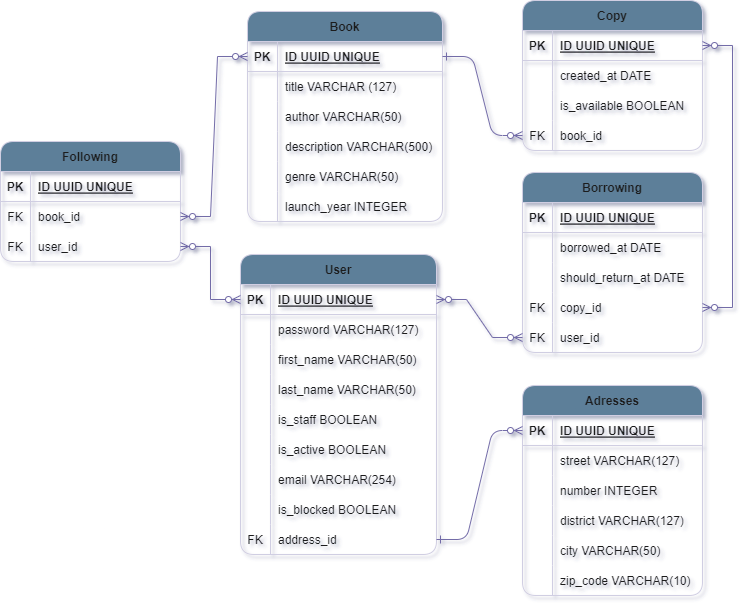
Before: DER_last_chapter.png, a diagram exported from draw.io (Last-Chapter/LastChapter). Source tidied: cells renumbered, new cells last; positions are measured from the earlier drawing's top-left corner, leaving out a move shared by most shapes.
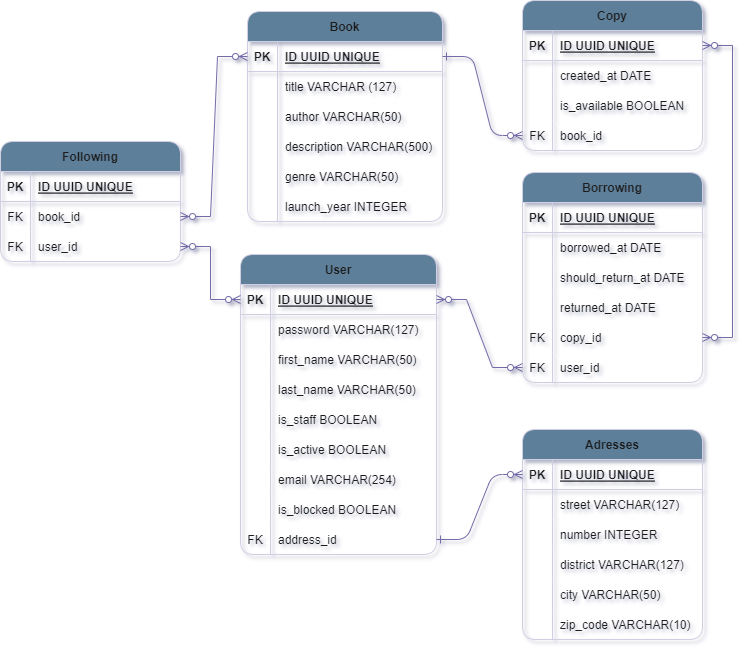
The same diagram one commit later.

The edit, as a diff of the source:
```diff
@@ -99,7 +99,7 @@
       <mxGeometry x="30" width="150" height="30" as="geometry" />
     </mxCell>
     <mxCell id="34" value="Borrowing" style="shape=table;startSize=30;rowLines=0;fontStyle=1;align=center;labelBackgroundColor=none;fillColor=#5D7F99;strokeColor=#D0CEE2;fontColor=#1A1A1A;rounded=1;" parent="1" vertex="1">
-      <mxGeometry x="522" y="172" width="180" height="180" as="geometry" />
+      <mxGeometry x="522" y="172" width="180" height="210" as="geometry" />
     </mxCell>
     <mxCell id="35" style="shape=tableRow;horizontal=0;startSize=0;swimlaneHead=0;swimlaneBody=0;fillColor=none;top=0;left=0;right=0;bottom=1;labelBackgroundColor=none;strokeColor=#D0CEE2;fontColor=#1A1A1A;rounded=1;" parent="34" vertex="1">
       <mxGeometry y="30" width="180" height="30" as="geometry" />
@@ -128,8 +128,17 @@
     <mxCell id="43" value="should_return_at DATE" style="shape=partialRectangle;fillColor=none;top=0;left=0;bottom=0;right=0;align=left;spacingLeft=6;overflow=hidden;labelBackgroundColor=none;strokeColor=#D0CEE2;fontColor=#1A1A1A;rounded=1;" parent="41" vertex="1">
       <mxGeometry x="30" width="150" height="30" as="geometry" />
     </mxCell>
+    <mxCell id="113" style="shape=tableRow;horizontal=0;startSize=0;swimlaneHead=0;swimlaneBody=0;fillColor=none;top=0;left=0;right=0;bottom=0;labelBackgroundColor=none;strokeColor=#D0CEE2;fontColor=#1A1A1A;rounded=1;" parent="34" vertex="1">
+      <mxGeometry y="120" width="180" height="30" as="geometry" />
+    </mxCell>
+    <mxCell id="114" style="shape=partialRectangle;fillColor=none;top=0;left=0;bottom=0;right=0;overflow=hidden;labelBackgroundColor=none;strokeColor=#D0CEE2;fontColor=#1A1A1A;rounded=1;" parent="113" vertex="1">
+      <mxGeometry width="30" height="30" as="geometry" />
+    </mxCell>
+    <mxCell id="115" value="returned_at DATE" style="shape=partialRectangle;fillColor=none;top=0;left=0;bottom=0;right=0;align=left;spacingLeft=6;overflow=hidden;labelBackgroundColor=none;strokeColor=#D0CEE2;fontColor=#1A1A1A;rounded=1;" parent="113" vertex="1">
+      <mxGeometry x="30" width="150" height="30" as="geometry" />
+    </mxCell>
     <mxCell id="44" style="shape=tableRow;horizontal=0;startSize=0;swimlaneHead=0;swimlaneBody=0;fillColor=none;points=[[0,0.5],[1,0.5]];portConstraint=eastwest;top=0;left=0;right=0;bottom=0;labelBackgroundColor=none;strokeColor=#D0CEE2;fontColor=#1A1A1A;rounded=1;" parent="34" vertex="1">
-      <mxGeometry y="120" width="180" height="30" as="geometry" />
+      <mxGeometry y="150" width="180" height="30" as="geometry" />
     </mxCell>
     <mxCell id="45" value="FK" style="shape=partialRectangle;fillColor=none;top=0;left=0;bottom=0;right=0;overflow=hidden;labelBackgroundColor=none;strokeColor=#D0CEE2;fontColor=#1A1A1A;rounded=1;" parent="44" vertex="1">
       <mxGeometry width="30" height="30" as="geometry" />
@@ -138,7 +147,7 @@
       <mxGeometry x="30" width="150" height="30" as="geometry" />
     </mxCell>
     <mxCell id="47" style="shape=tableRow;horizontal=0;startSize=0;swimlaneHead=0;swimlaneBody=0;fillColor=none;points=[[0,0.5],[1,0.5]];portConstraint=eastwest;top=0;left=0;right=0;bottom=0;labelBackgroundColor=none;strokeColor=#D0CEE2;fontColor=#1A1A1A;rounded=1;" parent="34" vertex="1">
-      <mxGeometry y="150" width="180" height="30" as="geometry" />
+      <mxGeometry y="180" width="180" height="30" as="geometry" />
     </mxCell>
     <mxCell id="48" value="FK" style="shape=partialRectangle;fillColor=none;top=0;left=0;bottom=0;right=0;overflow=hidden;labelBackgroundColor=none;strokeColor=#D0CEE2;fontColor=#1A1A1A;rounded=1;" parent="47" vertex="1">
       <mxGeometry width="30" height="30" as="geometry" />
@@ -264,7 +273,7 @@
       <mxGeometry x="30" width="166" height="30" as="geometry" />
     </mxCell>
     <mxCell id="89" value="Adresses" style="shape=table;startSize=30;rowLines=0;fontStyle=1;align=center;labelBackgroundColor=none;fillColor=#5D7F99;strokeColor=#D0CEE2;fontColor=#1A1A1A;rounded=1;" parent="1" vertex="1">
-      <mxGeometry x="522" y="385" width="180" height="210" as="geometry" />
+      <mxGeometry x="522" y="429" width="180" height="210" as="geometry" />
     </mxCell>
     <mxCell id="90" style="shape=tableRow;horizontal=0;startSize=0;swimlaneHead=0;swimlaneBody=0;fillColor=none;points=[[0,0.5],[1,0.5]];portConstraint=eastwest;top=0;left=0;right=0;bottom=1;labelBackgroundColor=none;strokeColor=#D0CEE2;fontColor=#1A1A1A;rounded=1;" parent="89" vertex="1">
       <mxGeometry y="30" width="180" height="30" as="geometry" />
```
